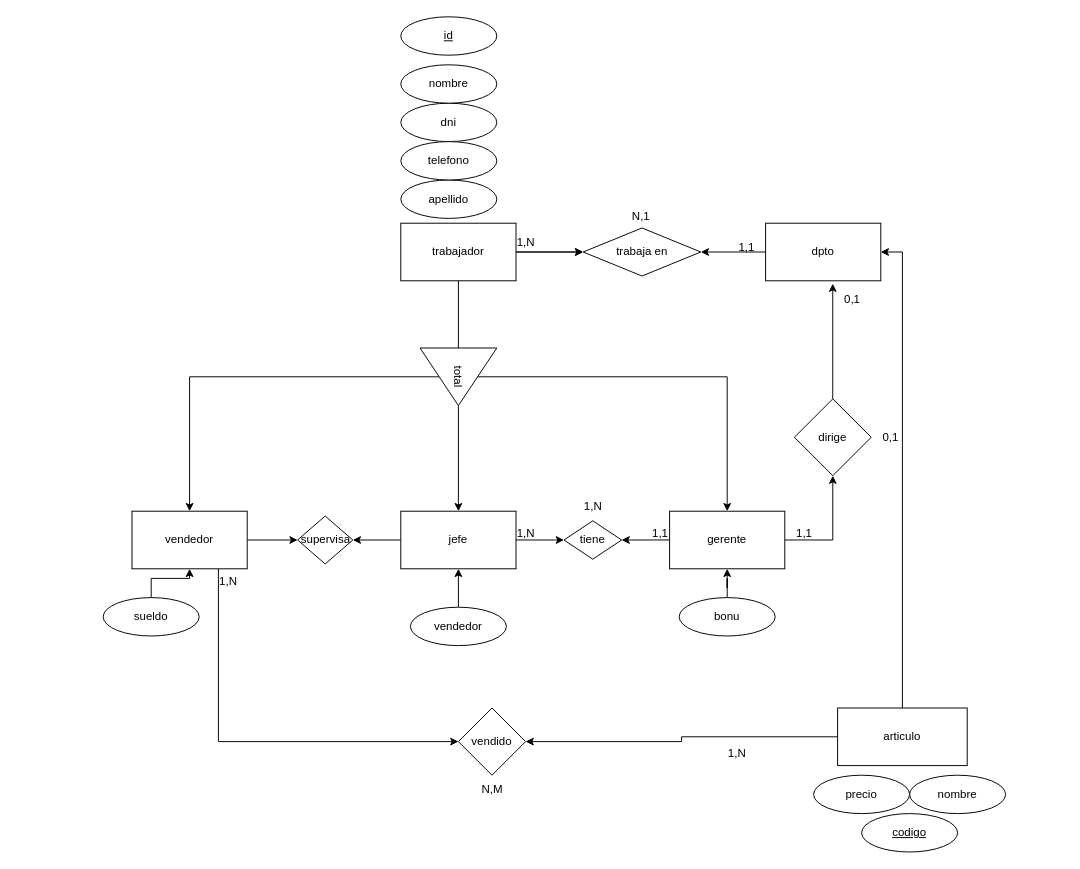
The draw.io diagram page "Página-1" (1 of 2) of BBDD/Tareas/Tema 2/tienda.drawio in PavDev3/CFGS-DAW, before the edit. Source tidied: cells renumbered, new cells numbered last; positions are measured from the earlier drawing's top-left corner, leaving out a move shared by most shapes. Both pictures are drawn from the tidied source at 96%, with x=0, y=0 at pixel (103, 16).
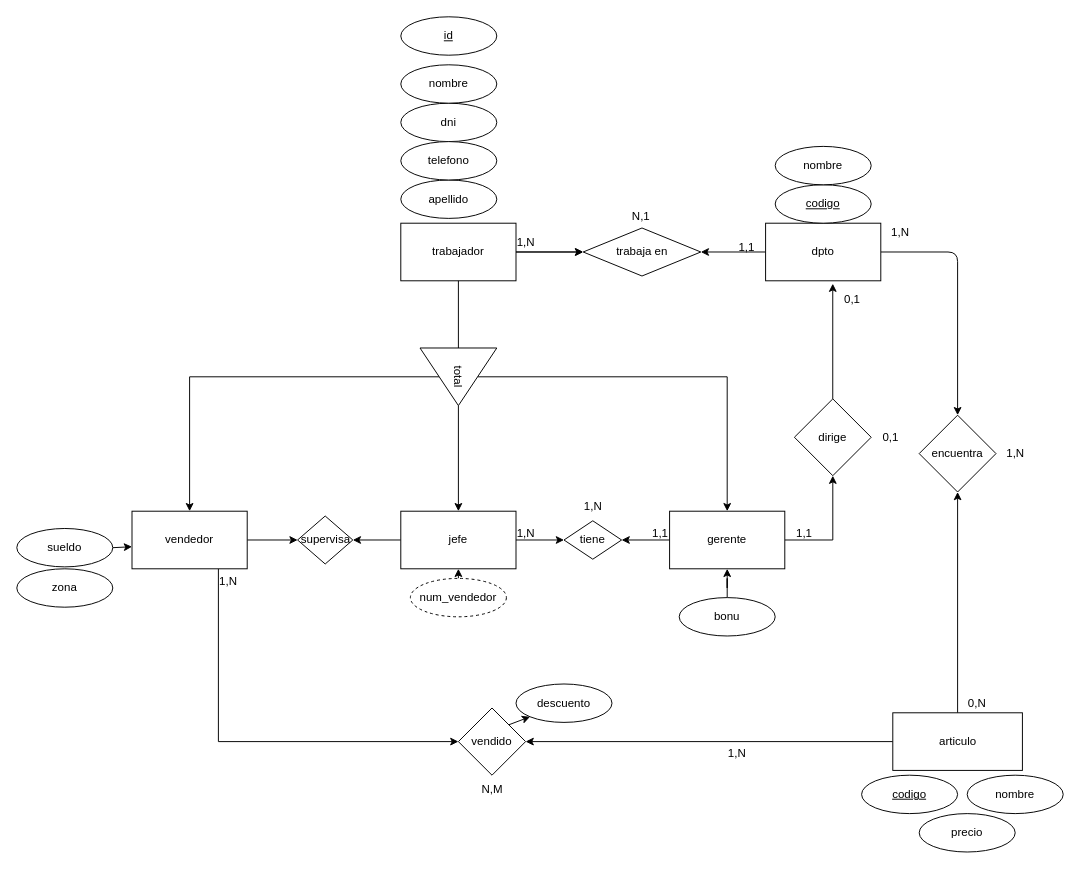
Above is the later version.

Unchanged cells that the change refers to:
```xml
<mxCell id="22" value="jefe" style="whiteSpace=wrap;html=1;" parent="1" vertex="1">
  <mxGeometry x="310" y="515" width="120" height="60" as="geometry" />
</mxCell>
<mxCell id="25" value="vendedor" style="whiteSpace=wrap;html=1;" parent="1" vertex="1">
  <mxGeometry x="30" y="515" width="120" height="60" as="geometry" />
</mxCell>
<mxCell id="26" value="vendido" style="rhombus;whiteSpace=wrap;html=1;" parent="1" vertex="1">
  <mxGeometry x="370" y="720" width="70" height="70" as="geometry" />
</mxCell>
<mxCell id="38" value="dpto" style="whiteSpace=wrap;html=1;" parent="1" vertex="1">
  <mxGeometry x="690" y="215" width="120" height="60" as="geometry" />
</mxCell>
```

Change to the diagram source:
```diff
@@
-    <mxCell id="6" style="edgeStyle=orthogonalEdgeStyle;rounded=0;jettySize=auto;html=1;entryX=1;entryY=0.5;entryDx=0;entryDy=0;" parent="1" edge="1" source="7" target="38">
-      <mxGeometry relative="1" as="geometry" />
-    </mxCell>
+    <mxCell id="56" style="edgeStyle=none;html=1;entryX=0.5;entryY=1;entryDx=0;entryDy=0;" parent="1" edge="1" source="7" target="59">
+      <mxGeometry relative="1" as="geometry" />
+    </mxCell>
     <mxCell id="7" value="articulo" style="whiteSpace=wrap;html=1;align=center;" parent="1" vertex="1">
-      <mxGeometry x="765" y="720" width="135" height="60" as="geometry" />
+      <mxGeometry x="822.5" y="725" width="135" height="60" as="geometry" />
     </mxCell>
@@
+    <mxCell id="57" style="edgeStyle=none;html=1;exitX=1;exitY=0;exitDx=0;exitDy=0;entryX=0;entryY=1;entryDx=0;entryDy=0;" parent="1" edge="1" source="26" target="66">
+      <mxGeometry relative="1" as="geometry" />
+    </mxCell>
@@
     <mxCell id="28" value="nombre" style="ellipse;whiteSpace=wrap;html=1;align=center;" parent="1" vertex="1">
-      <mxGeometry x="840" y="790" width="100" height="40" as="geometry" />
+      <mxGeometry x="900" y="790" width="100" height="40" as="geometry" />
     </mxCell>
     <mxCell id="29" value="precio" style="ellipse;whiteSpace=wrap;html=1;align=center;" parent="1" vertex="1">
-      <mxGeometry x="740" y="790" width="100" height="40" as="geometry" />
+      <mxGeometry x="850" y="830" width="100" height="40" as="geometry" />
     </mxCell>
     <mxCell id="30" value="&lt;u&gt;codigo&lt;/u&gt;" style="ellipse;whiteSpace=wrap;html=1;align=center;" parent="1" vertex="1">
-      <mxGeometry x="790" y="830" width="100" height="40" as="geometry" />
+      <mxGeometry x="790" y="790" width="100" height="40" as="geometry" />
     </mxCell>
@@
-    <mxCell id="33" style="edgeStyle=orthogonalEdgeStyle;rounded=0;jettySize=auto;html=1;" parent="1" edge="1" source="34" target="22">
-      <mxGeometry relative="1" as="geometry" />
-    </mxCell>
-    <mxCell id="34" value="vendedor" style="ellipse;whiteSpace=wrap;html=1;align=center;" parent="1" vertex="1">
-      <mxGeometry x="320" y="615" width="100" height="40" as="geometry" />
-    </mxCell>
-    <mxCell id="35" style="edgeStyle=orthogonalEdgeStyle;rounded=0;jettySize=auto;html=1;" parent="1" edge="1" source="36" target="25">
+    <mxCell id="35" style="edgeStyle=none;html=1;entryX=0;entryY=0.617;entryDx=0;entryDy=0;entryPerimeter=0;" parent="1" edge="1" source="36" target="25">
       <mxGeometry relative="1" as="geometry" />
     </mxCell>
     <mxCell id="36" value="sueldo" style="ellipse;whiteSpace=wrap;html=1;align=center;" parent="1" vertex="1">
-      <mxGeometry y="605" width="100" height="40" as="geometry" />
+      <mxGeometry x="-90" y="533" width="100" height="40" as="geometry" />
     </mxCell>
@@
+    <mxCell id="58" style="edgeStyle=none;html=1;entryX=0.5;entryY=0;entryDx=0;entryDy=0;exitX=1;exitY=0.5;exitDx=0;exitDy=0;" parent="1" edge="1" source="38" target="59">
+      <mxGeometry relative="1" as="geometry">
+        <Array as="points">
+          <mxPoint x="890" y="245" />
+        </Array>
+      </mxGeometry>
+    </mxCell>
@@
+    <mxCell id="59" value="encuentra" style="rhombus;whiteSpace=wrap;html=1;" parent="1" vertex="1">
+      <mxGeometry x="850" y="415" width="80" height="80" as="geometry" />
+    </mxCell>
+    <mxCell id="60" value="1,N" style="text;html=1;align=center;verticalAlign=middle;strokeColor=none;fillColor=none;" parent="1" vertex="1">
+      <mxGeometry x="810" y="210" width="40" height="30" as="geometry" />
+    </mxCell>
+    <mxCell id="61" value="0,N" style="text;html=1;align=center;verticalAlign=middle;strokeColor=none;fillColor=none;" parent="1" vertex="1">
+      <mxGeometry x="890" y="700" width="40" height="30" as="geometry" />
+    </mxCell>
+    <mxCell id="62" value="1,N" style="text;html=1;align=center;verticalAlign=middle;strokeColor=none;fillColor=none;" parent="1" vertex="1">
+      <mxGeometry x="930" y="440" width="40" height="30" as="geometry" />
+    </mxCell>
+    <mxCell id="63" value="&lt;u&gt;codigo&lt;br&gt;&lt;/u&gt;" style="ellipse;whiteSpace=wrap;html=1;align=center;" parent="1" vertex="1">
+      <mxGeometry x="700" y="175" width="100" height="40" as="geometry" />
+    </mxCell>
+    <mxCell id="64" value="nombre" style="ellipse;whiteSpace=wrap;html=1;align=center;" parent="1" vertex="1">
+      <mxGeometry x="700" y="135" width="100" height="40" as="geometry" />
+    </mxCell>
+    <mxCell id="65" value="zona" style="ellipse;whiteSpace=wrap;html=1;align=center;" parent="1" vertex="1">
+      <mxGeometry x="-90" y="575" width="100" height="40" as="geometry" />
+    </mxCell>
+    <mxCell id="66" value="descuento" style="ellipse;whiteSpace=wrap;html=1;align=center;" parent="1" vertex="1">
+      <mxGeometry x="430" y="695" width="100" height="40" as="geometry" />
+    </mxCell>
+    <mxCell id="67" style="edgeStyle=none;html=1;" parent="1" edge="1" source="68" target="22">
+      <mxGeometry relative="1" as="geometry" />
+    </mxCell>
+    <mxCell id="68" value="num_vendedor" style="ellipse;whiteSpace=wrap;html=1;align=center;dashed=1;" parent="1" vertex="1">
+      <mxGeometry x="320" y="585" width="100" height="40" as="geometry" />
+    </mxCell>
```
